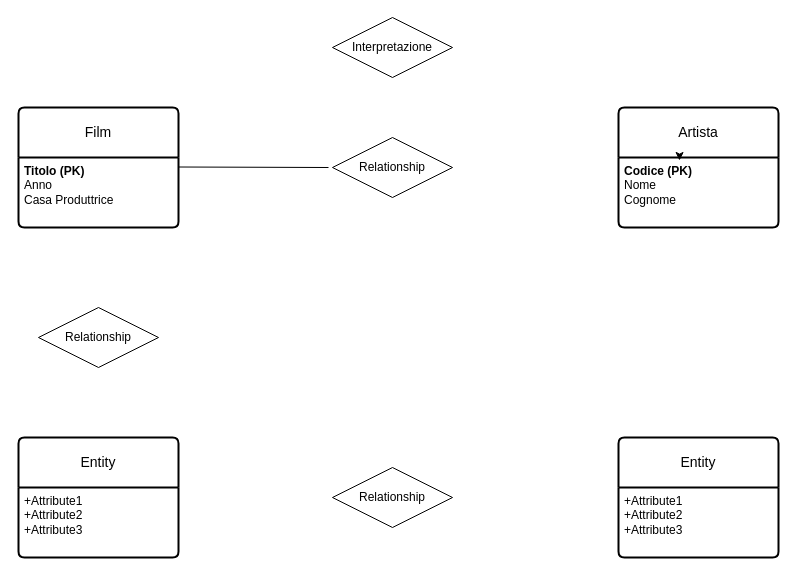
Earlier version of the draw.io diagram ER_Film.drawio (AntoBorza/Progetti-Quinta). Source tidied: cells renumbered, new cells numbered last; positions are measured from the earlier drawing's top-left corner, leaving out a move shared by most shapes. Both pictures are drawn from the tidied source at 100%, with x=0, y=0 at pixel (18, 17).
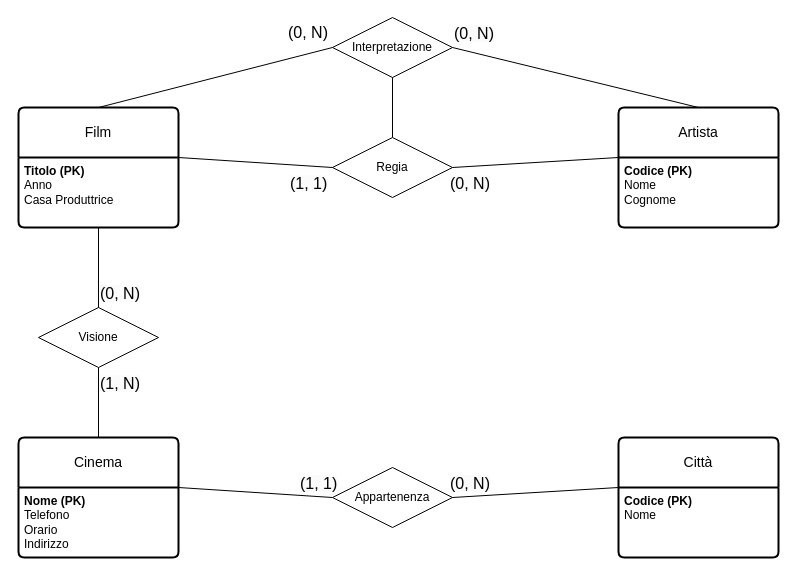
Above is the later version.

The change refers to these unchanged cells:
```xml
<mxCell id="2" value="Interpretazione" style="shape=rhombus;perimeter=rhombusPerimeter;whiteSpace=wrap;html=1;align=center;" parent="1" vertex="1">
  <mxGeometry x="314" width="120" height="60" as="geometry" />
</mxCell>
<mxCell id="3" value="Film" style="swimlane;horizontal=1;startSize=50;rounded=1;fontSize=14;fontStyle=0;strokeWidth=2;shadow=0;dashed=0;align=center;arcSize=4;whiteSpace=wrap;html=1;" parent="1" vertex="1">
  <mxGeometry y="90" width="160" height="120" as="geometry" />
</mxCell>
<mxCell id="4" value="&lt;b&gt;Titolo (PK)&lt;/b&gt;&lt;div&gt;Anno&lt;/div&gt;&lt;div&gt;Casa Produttrice&lt;/div&gt;" style="align=left;strokeColor=none;fillColor=none;spacingLeft=4;fontSize=12;verticalAlign=top;html=1;" parent="3" vertex="1">
  <mxGeometry y="50" width="160" height="70" as="geometry" />
</mxCell>
<mxCell id="5" value="Artista" style="swimlane;horizontal=1;startSize=50;rounded=1;fontSize=14;fontStyle=0;strokeWidth=2;shadow=0;dashed=0;align=center;arcSize=4;whiteSpace=wrap;html=1;" parent="1" vertex="1">
  <mxGeometry x="600" y="90" width="160" height="120" as="geometry" />
</mxCell>
<mxCell id="6" value="&lt;b&gt;Codice (PK)&lt;/b&gt;&lt;div&gt;Nome&lt;/div&gt;&lt;div&gt;Cognome&lt;/div&gt;" style="align=left;strokeColor=none;fillColor=none;spacingLeft=4;fontSize=12;verticalAlign=top;html=1;" parent="5" vertex="1">
  <mxGeometry y="50" width="160" height="70" as="geometry" />
</mxCell>
```

The edit, as a diff of the source:
```diff
@@
-    <mxCell id="7" style="edgeStyle=orthogonalEdgeStyle;rounded=0;orthogonalLoop=1;jettySize=auto;html=1;exitX=0.5;exitY=0;exitDx=0;exitDy=0;entryX=0.381;entryY=0.043;entryDx=0;entryDy=0;entryPerimeter=0;" parent="5" edge="1" source="6" target="6">
-      <mxGeometry relative="1" as="geometry" />
-    </mxCell>
-    <mxCell id="8" value="Relationship" style="shape=rhombus;perimeter=rhombusPerimeter;whiteSpace=wrap;html=1;align=center;" parent="1" vertex="1">
+    <mxCell id="8" value="Regia" style="shape=rhombus;perimeter=rhombusPerimeter;whiteSpace=wrap;html=1;align=center;" parent="1" vertex="1">
       <mxGeometry x="314" y="120" width="120" height="60" as="geometry" />
     </mxCell>
-    <mxCell id="9" value="Relationship" style="shape=rhombus;perimeter=rhombusPerimeter;whiteSpace=wrap;html=1;align=center;" parent="1" vertex="1">
+    <mxCell id="9" value="Visione" style="shape=rhombus;perimeter=rhombusPerimeter;whiteSpace=wrap;html=1;align=center;" parent="1" vertex="1">
       <mxGeometry x="20" y="290" width="120" height="60" as="geometry" />
     </mxCell>
-    <mxCell id="10" value="Relationship" style="shape=rhombus;perimeter=rhombusPerimeter;whiteSpace=wrap;html=1;align=center;" parent="1" vertex="1">
+    <mxCell id="10" value="Appartenenza" style="shape=rhombus;perimeter=rhombusPerimeter;whiteSpace=wrap;html=1;align=center;" parent="1" vertex="1">
       <mxGeometry x="314" y="450" width="120" height="60" as="geometry" />
     </mxCell>
-    <mxCell id="11" value="Entity" style="swimlane;horizontal=1;startSize=50;rounded=1;fontSize=14;fontStyle=0;strokeWidth=2;shadow=0;dashed=0;align=center;arcSize=4;whiteSpace=wrap;html=1;" parent="1" vertex="1">
+    <mxCell id="11" value="Cinema" style="swimlane;horizontal=1;startSize=50;rounded=1;fontSize=14;fontStyle=0;strokeWidth=2;shadow=0;dashed=0;align=center;arcSize=4;whiteSpace=wrap;html=1;" parent="1" vertex="1">
       <mxGeometry y="420" width="160" height="120" as="geometry" />
     </mxCell>
-    <mxCell id="12" value="+Attribute1&#10;+Attribute2&#10;+Attribute3" style="align=left;strokeColor=none;fillColor=none;spacingLeft=4;fontSize=12;verticalAlign=top;html=1;" parent="11" vertex="1">
+    <mxCell id="12" value="&lt;b&gt;Nome (PK)&lt;/b&gt;&lt;div&gt;Telefono&lt;/div&gt;&lt;div&gt;Orario&lt;/div&gt;&lt;div&gt;Indirizzo&lt;/div&gt;" style="align=left;strokeColor=none;fillColor=none;spacingLeft=4;fontSize=12;verticalAlign=top;html=1;" parent="11" vertex="1">
       <mxGeometry y="50" width="160" height="70" as="geometry" />
     </mxCell>
-    <mxCell id="13" value="Entity" style="swimlane;horizontal=1;startSize=50;rounded=1;fontSize=14;fontStyle=0;strokeWidth=2;shadow=0;dashed=0;align=center;arcSize=4;whiteSpace=wrap;html=1;" parent="1" vertex="1">
-      <mxGeometry x="600" y="420" width="160" height="120" as="geometry" />
-    </mxCell>
-    <mxCell id="14" value="+Attribute1&#10;+Attribute2&#10;+Attribute3" style="align=left;strokeColor=none;fillColor=none;spacingLeft=4;fontSize=12;verticalAlign=top;html=1;" parent="13" vertex="1">
-      <mxGeometry y="50" width="160" height="70" as="geometry" />
-    </mxCell>
-    <mxCell id="15" style="endArrow=none;html=1;rounded=0;" parent="1" edge="1">
-      <mxGeometry relative="1" as="geometry">
-        <mxPoint x="160" y="149.5" as="sourcePoint" />
-        <mxPoint x="310" y="150" as="targetPoint" />
-      </mxGeometry>
-    </mxCell>
+    <mxCell id="16" style="endArrow=none;html=1;rounded=0;exitX=1;exitY=0;exitDx=0;exitDy=0;entryX=0;entryY=0.5;entryDx=0;entryDy=0;" parent="1" edge="1" source="4" target="8">
+      <mxGeometry relative="1" as="geometry" />
+    </mxCell>
+    <mxCell id="17" style="endArrow=none;html=1;rounded=0;exitX=1;exitY=0.5;exitDx=0;exitDy=0;entryX=0;entryY=0;entryDx=0;entryDy=0;" parent="1" edge="1" source="8" target="6">
+      <mxGeometry relative="1" as="geometry" />
+    </mxCell>
+    <mxCell id="18" style="endArrow=none;html=1;rounded=0;exitX=0.5;exitY=1;exitDx=0;exitDy=0;entryX=0.5;entryY=0;entryDx=0;entryDy=0;" parent="1" edge="1" source="2" target="8">
+      <mxGeometry relative="1" as="geometry" />
+    </mxCell>
+    <mxCell id="19" style="endArrow=none;html=1;rounded=0;exitX=0.5;exitY=1;exitDx=0;exitDy=0;entryX=0.5;entryY=0;entryDx=0;entryDy=0;" parent="1" edge="1" source="4" target="9">
+      <mxGeometry relative="1" as="geometry" />
+    </mxCell>
+    <mxCell id="20" style="endArrow=none;html=1;rounded=0;entryX=0.5;entryY=0;entryDx=0;entryDy=0;" parent="1" edge="1" target="11">
+      <mxGeometry relative="1" as="geometry">
+        <mxPoint x="80" y="350" as="sourcePoint" />
+      </mxGeometry>
+    </mxCell>
+    <mxCell id="21" style="endArrow=none;html=1;rounded=0;exitX=1;exitY=0;exitDx=0;exitDy=0;entryX=0;entryY=0.5;entryDx=0;entryDy=0;" parent="1" edge="1" source="12" target="10">
+      <mxGeometry relative="1" as="geometry" />
+    </mxCell>
+    <mxCell id="22" style="endArrow=none;html=1;rounded=0;exitX=1;exitY=0.5;exitDx=0;exitDy=0;entryX=0;entryY=0;entryDx=0;entryDy=0;" parent="1" edge="1" source="10">
+      <mxGeometry relative="1" as="geometry">
+        <mxPoint x="600" y="470" as="targetPoint" />
+      </mxGeometry>
+    </mxCell>
+    <mxCell id="23" value="&lt;font style=&quot;font-size: 16px;&quot;&gt;(0, N)&lt;/font&gt;" style="text;html=1;align=center;verticalAlign=middle;whiteSpace=wrap;rounded=0;" parent="1" vertex="1">
+      <mxGeometry x="260" width="60" height="30" as="geometry" />
+    </mxCell>
+    <mxCell id="24" value="&lt;span style=&quot;color: rgb(0, 0, 0); font-family: Helvetica; font-size: 16px; font-style: normal; font-variant-ligatures: normal; font-variant-caps: normal; font-weight: 400; letter-spacing: normal; orphans: 2; text-align: center; text-indent: 0px; text-transform: none; widows: 2; word-spacing: 0px; -webkit-text-stroke-width: 0px; white-space: normal; background-color: rgb(251, 251, 251); text-decoration-thickness: initial; text-decoration-style: initial; text-decoration-color: initial; display: inline !important; float: none;&quot;&gt;(0, N)&lt;/span&gt;" style="text;whiteSpace=wrap;html=1;" parent="1" vertex="1">
+      <mxGeometry x="434" width="70" height="40" as="geometry" />
+    </mxCell>
+    <mxCell id="25" value="&lt;span style=&quot;color: rgb(0, 0, 0); font-family: Helvetica; font-size: 16px; font-style: normal; font-variant-ligatures: normal; font-variant-caps: normal; font-weight: 400; letter-spacing: normal; orphans: 2; text-align: center; text-indent: 0px; text-transform: none; widows: 2; word-spacing: 0px; -webkit-text-stroke-width: 0px; white-space: normal; background-color: rgb(251, 251, 251); text-decoration-thickness: initial; text-decoration-style: initial; text-decoration-color: initial; display: inline !important; float: none;&quot;&gt;(0, N)&lt;/span&gt;" style="text;whiteSpace=wrap;html=1;" parent="1" vertex="1">
+      <mxGeometry x="80" y="260" width="70" height="40" as="geometry" />
+    </mxCell>
+    <mxCell id="26" value="&lt;span style=&quot;color: rgb(0, 0, 0); font-family: Helvetica; font-size: 16px; font-style: normal; font-variant-ligatures: normal; font-variant-caps: normal; font-weight: 400; letter-spacing: normal; orphans: 2; text-align: center; text-indent: 0px; text-transform: none; widows: 2; word-spacing: 0px; -webkit-text-stroke-width: 0px; white-space: normal; background-color: rgb(251, 251, 251); text-decoration-thickness: initial; text-decoration-style: initial; text-decoration-color: initial; display: inline !important; float: none;&quot;&gt;(0, N)&lt;/span&gt;" style="text;whiteSpace=wrap;html=1;" parent="1" vertex="1">
+      <mxGeometry x="430" y="450" width="70" height="40" as="geometry" />
+    </mxCell>
+    <mxCell id="27" value="&lt;span style=&quot;color: rgb(0, 0, 0); font-family: Helvetica; font-size: 16px; font-style: normal; font-variant-ligatures: normal; font-variant-caps: normal; font-weight: 400; letter-spacing: normal; orphans: 2; text-align: center; text-indent: 0px; text-transform: none; widows: 2; word-spacing: 0px; -webkit-text-stroke-width: 0px; white-space: normal; background-color: rgb(251, 251, 251); text-decoration-thickness: initial; text-decoration-style: initial; text-decoration-color: initial; display: inline !important; float: none;&quot;&gt;(1, N)&lt;/span&gt;" style="text;whiteSpace=wrap;html=1;" parent="1" vertex="1">
+      <mxGeometry x="80" y="350" width="70" height="40" as="geometry" />
+    </mxCell>
+    <mxCell id="28" style="endArrow=none;html=1;rounded=0;exitX=0;exitY=0.5;exitDx=0;exitDy=0;entryX=0.5;entryY=0;entryDx=0;entryDy=0;" parent="1" edge="1" source="2" target="3">
+      <mxGeometry relative="1" as="geometry" />
+    </mxCell>
+    <mxCell id="29" style="endArrow=none;html=1;rounded=0;exitX=1;exitY=0.5;exitDx=0;exitDy=0;entryX=0.5;entryY=0;entryDx=0;entryDy=0;" parent="1" edge="1" source="2" target="5">
+      <mxGeometry relative="1" as="geometry" />
+    </mxCell>
+    <mxCell id="30" value="&lt;span style=&quot;color: rgb(0, 0, 0); font-family: Helvetica; font-size: 16px; font-style: normal; font-variant-ligatures: normal; font-variant-caps: normal; font-weight: 400; letter-spacing: normal; orphans: 2; text-align: center; text-indent: 0px; text-transform: none; widows: 2; word-spacing: 0px; -webkit-text-stroke-width: 0px; white-space: normal; background-color: rgb(251, 251, 251); text-decoration-thickness: initial; text-decoration-style: initial; text-decoration-color: initial; display: inline !important; float: none;&quot;&gt;(0, N)&lt;/span&gt;" style="text;whiteSpace=wrap;html=1;" parent="1" vertex="1">
+      <mxGeometry x="430" y="150" width="70" height="40" as="geometry" />
+    </mxCell>
+    <mxCell id="31" value="&lt;span style=&quot;color: rgb(0, 0, 0); font-family: Helvetica; font-size: 16px; font-style: normal; font-variant-ligatures: normal; font-variant-caps: normal; font-weight: 400; letter-spacing: normal; orphans: 2; text-align: center; text-indent: 0px; text-transform: none; widows: 2; word-spacing: 0px; -webkit-text-stroke-width: 0px; white-space: normal; background-color: rgb(251, 251, 251); text-decoration-thickness: initial; text-decoration-style: initial; text-decoration-color: initial; display: inline !important; float: none;&quot;&gt;(1, 1)&lt;/span&gt;" style="text;whiteSpace=wrap;html=1;" parent="1" vertex="1">
+      <mxGeometry x="270" y="150" width="70" height="40" as="geometry" />
+    </mxCell>
+    <mxCell id="32" value="&lt;span style=&quot;color: rgb(0, 0, 0); font-family: Helvetica; font-size: 16px; font-style: normal; font-variant-ligatures: normal; font-variant-caps: normal; font-weight: 400; letter-spacing: normal; orphans: 2; text-align: center; text-indent: 0px; text-transform: none; widows: 2; word-spacing: 0px; -webkit-text-stroke-width: 0px; white-space: normal; background-color: rgb(251, 251, 251); text-decoration-thickness: initial; text-decoration-style: initial; text-decoration-color: initial; display: inline !important; float: none;&quot;&gt;(1, 1)&lt;/span&gt;" style="text;whiteSpace=wrap;html=1;" parent="1" vertex="1">
+      <mxGeometry x="280" y="450" width="70" height="40" as="geometry" />
+    </mxCell>
+    <mxCell id="33" value="Città" style="swimlane;horizontal=1;startSize=50;rounded=1;fontSize=14;fontStyle=0;strokeWidth=2;shadow=0;dashed=0;align=center;arcSize=4;whiteSpace=wrap;html=1;" parent="1" vertex="1">
+      <mxGeometry x="600" y="420" width="160" height="120" as="geometry" />
+    </mxCell>
+    <mxCell id="34" value="&lt;b&gt;Codice (PK)&lt;/b&gt;&lt;div&gt;Nome&lt;/div&gt;" style="align=left;strokeColor=none;fillColor=none;spacingLeft=4;fontSize=12;verticalAlign=top;html=1;" parent="33" vertex="1">
+      <mxGeometry y="50" width="160" height="70" as="geometry" />
+    </mxCell>
```
